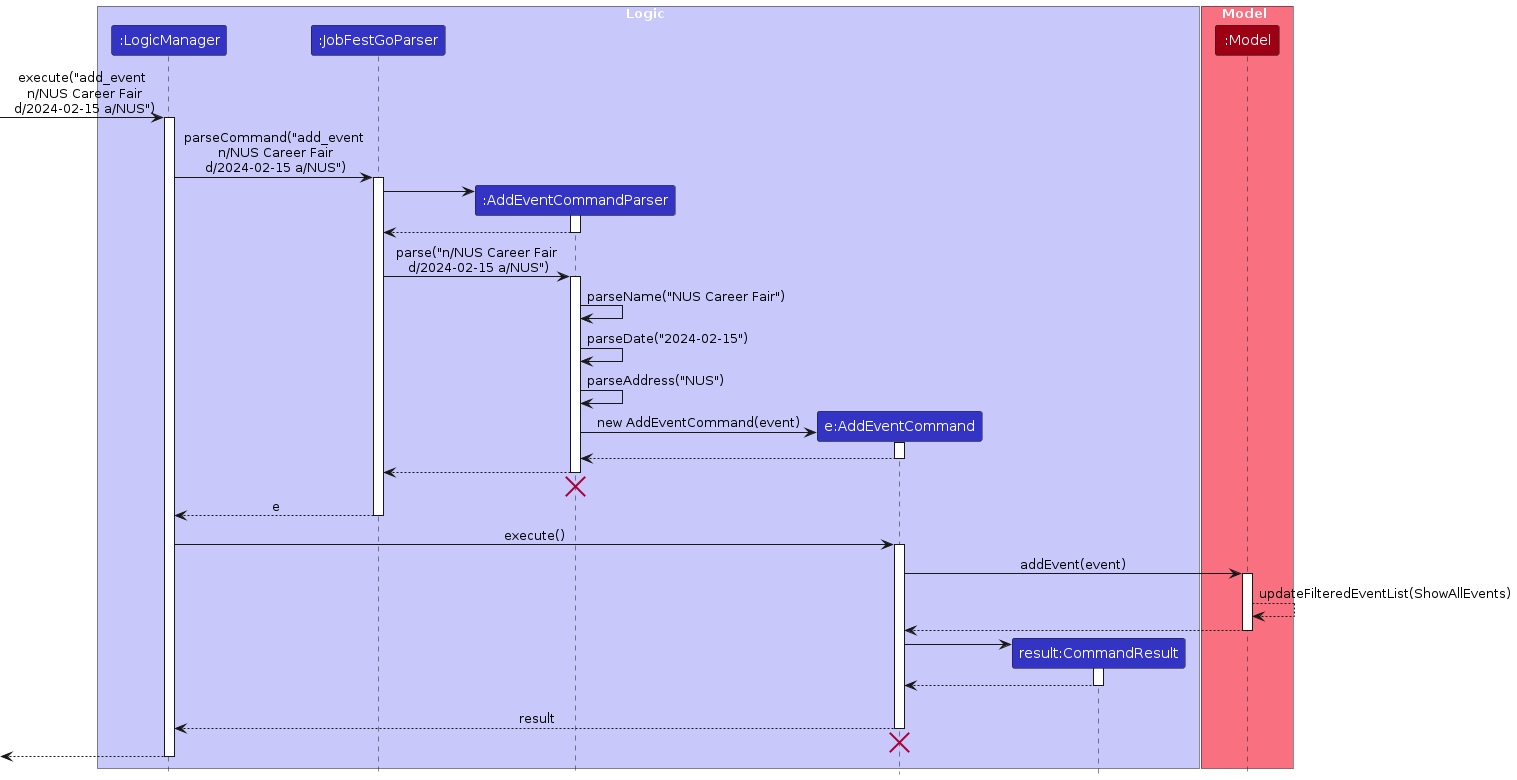
The PlantUML diagram diagrams/AddEventSequenceDiagram.png in AY2324S1-CS2103T-T09-1/tp, before a commit. Its source is kept beside it as diagrams/AddEventSequenceDiagram.puml.
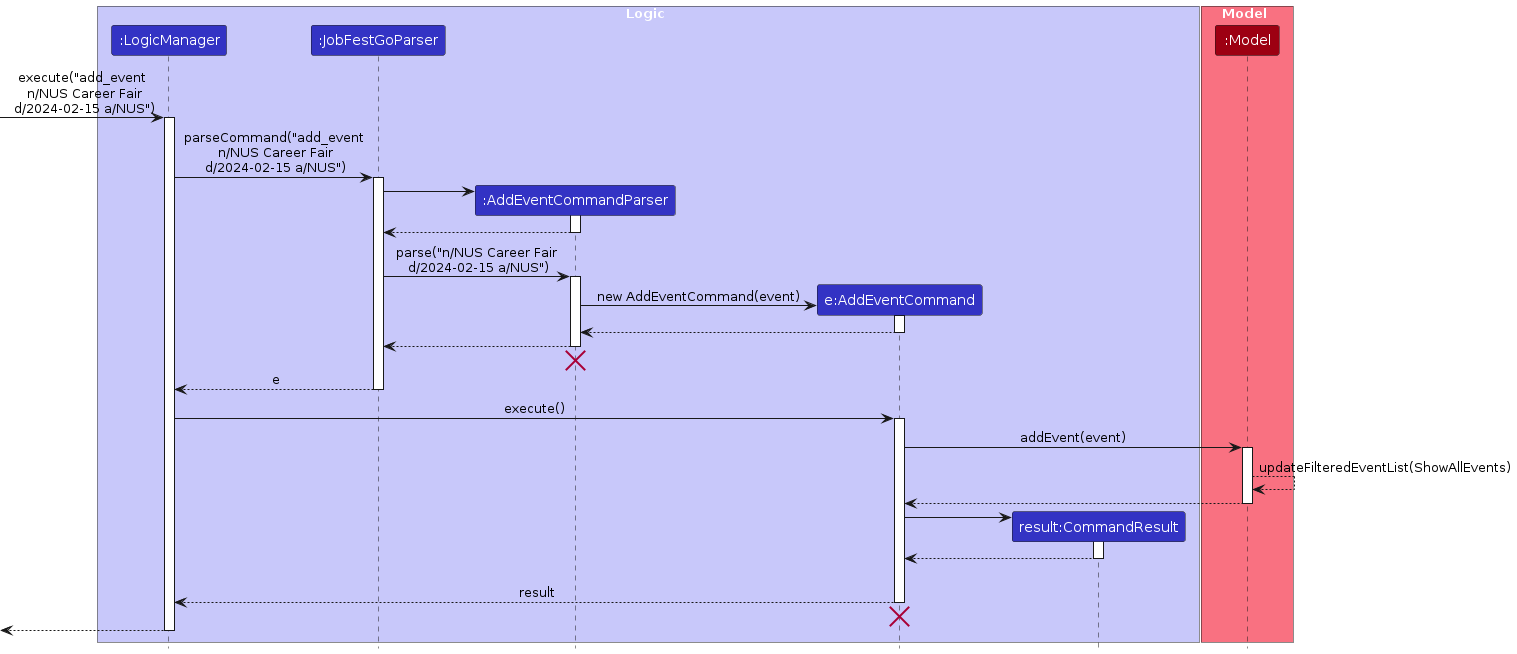
The same diagram one commit later.

Diff of the diagram source:
```diff
@@ -30,9 +30,6 @@
 JobFestGoParser -> AddEventCommandParser : parse("n/NUS Career Fair\n d/2024-02-15 a/NUS")
 activate AddEventCommandParser
 
-AddEventCommandParser -> AddEventCommandParser : parseName("NUS Career Fair")
-AddEventCommandParser -> AddEventCommandParser : parseDate("2024-02-15")
-AddEventCommandParser -> AddEventCommandParser : parseAddress("NUS")
 create AddEventCommand
 AddEventCommandParser -> AddEventCommand : new AddEventCommand(event)
 activate AddEventCommand
```
